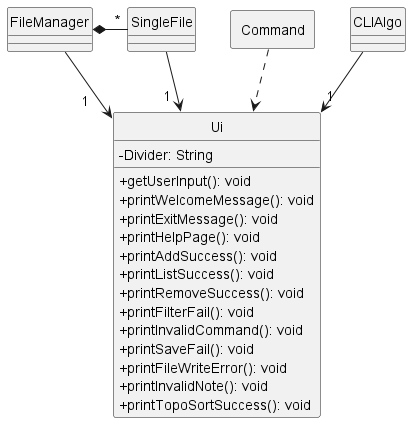
Before: docs/class-diagrams/diagrams/UiClass.png, a diagram exported from PlantUML (ong-ck/tp). Source of this version:
```plantuml
@startuml
skinparam classAttributeIconSize 0
hide circle

class Ui {
    -Divider: String
    +getUserInput(): void
    +printWelcomeMessage(): void
    +printExitMessage(): void
    +printHelpPage(): void
    +printAddSuccess(): void
    +printListSuccess(): void
    +printRemoveSuccess(): void
    +printFilterFail(): void
    +printInvalidCommand(): void
    +printSaveFail(): void
    +printFileWriteError(): void
    +printInvalidNote(): void
    +printTopoSortSuccess(): void
}

package Command <<Rectangle>> {
}

CLIAlgo--> "1" Ui

FileManager --> "1    " Ui
FileManager *- "*" SingleFile
SingleFile --> "1  " Ui

Command ..> Ui

@enduml
```
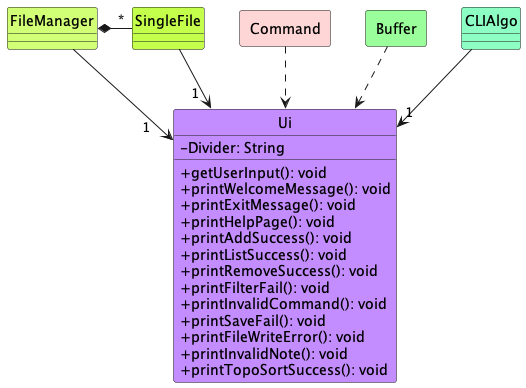
Above is the later version.

Commit message:
Add color to sequence and class diagrams

The edit, as a diff of the source:
```diff
@@ -1,8 +1,9 @@
 @startuml
+!include ../../style.iuml
 skinparam classAttributeIconSize 0
 hide circle
 
-class Ui {
+class Ui Ui_STYLE {
     -Divider: String
     +getUserInput(): void
     +printWelcomeMessage(): void
@@ -19,7 +20,19 @@
     +printTopoSortSuccess(): void
 }
 
-package Command <<Rectangle>> {
+class CLIAlgo CLIAlgo_STYLE {
+}
+
+class SingleFile SingleFile_STYLE {
+}
+
+class FileManager FileManager_STYLE {
+}
+
+package Command <<Rectangle>> Command_STYLE {
+}
+
+package Buffer <<Rectangle>> Buffer_STYLE {
 }
 
 CLIAlgo--> "1" Ui
@@ -29,5 +42,6 @@
 SingleFile --> "1  " Ui
 
 Command ..> Ui
+Buffer ..> Ui
 
 @enduml
```
